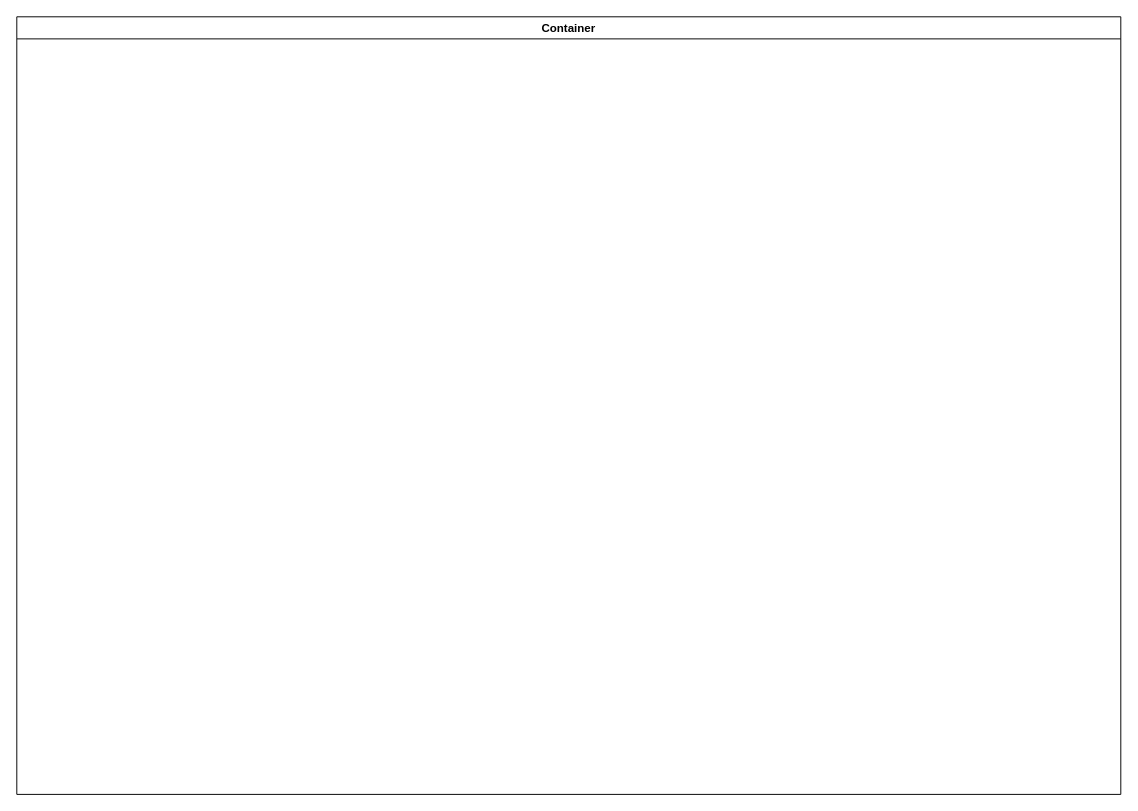
Before: KEFRI-FIN-IMPREST RENEWAL.drawio in kmagua/flowcharts, a draw.io diagram. Source tidied: cells renumbered, new cells numbered last; positions are measured from the earlier drawing's top-left corner, leaving out a move shared by most shapes. Both pictures are drawn from the tidied source at 96%, with x=0, y=0 at pixel (16, 16).
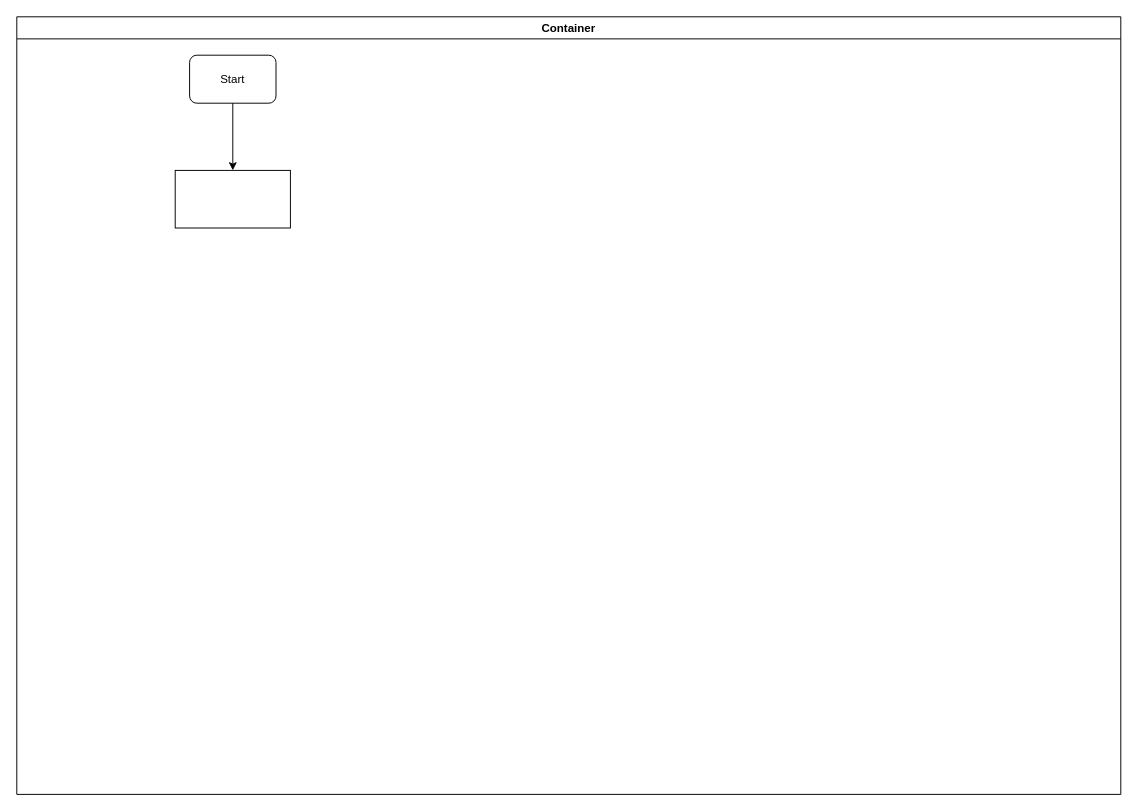
After the change.

The edit, as a diff of the source:
```diff
@@
 <mxGraphModel>
   <root>
     <mxCell id="0" />
     <mxCell id="1" parent="0" />
     <mxCell id="2" value="Container" style="swimlane;startSize=23;" parent="1" vertex="1">
       <mxGeometry width="1150" height="810" as="geometry" />
     </mxCell>
+    <mxCell id="3" value="Start" style="rounded=1;whiteSpace=wrap;html=1;" parent="2" vertex="1">
+      <mxGeometry x="180" y="40" width="90" height="50" as="geometry" />
+    </mxCell>
+    <mxCell id="4" style="rounded=0;whiteSpace=wrap;html=1;" parent="2" vertex="1">
+      <mxGeometry x="165" y="160" width="120" height="60" as="geometry" />
+    </mxCell>
+    <mxCell id="5" style="edgeStyle=orthogonalEdgeStyle;rounded=0;jettySize=auto;html=1;entryX=0.5;entryY=0;entryDx=0;entryDy=0;" parent="2" edge="1" source="3" target="4">
+      <mxGeometry relative="1" as="geometry" />
+    </mxCell>
   </root>
 </mxGraphModel>
```
